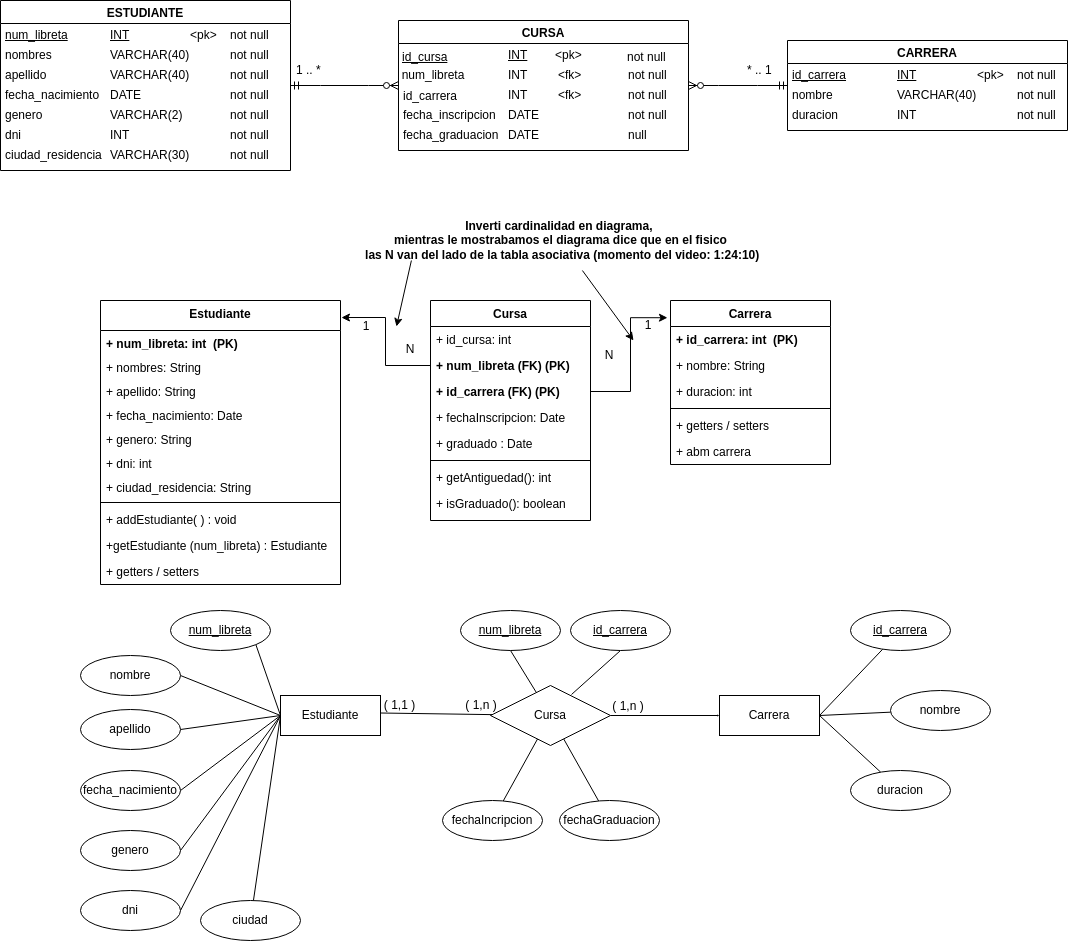
Earlier version of the draw.io export TP2/doc/tpe2.png (franbayugar/integradorArquitecturas). Source tidied: cells renumbered, new cells last; positions are measured from the earlier drawing's top-left corner, leaving out a move shared by most shapes.
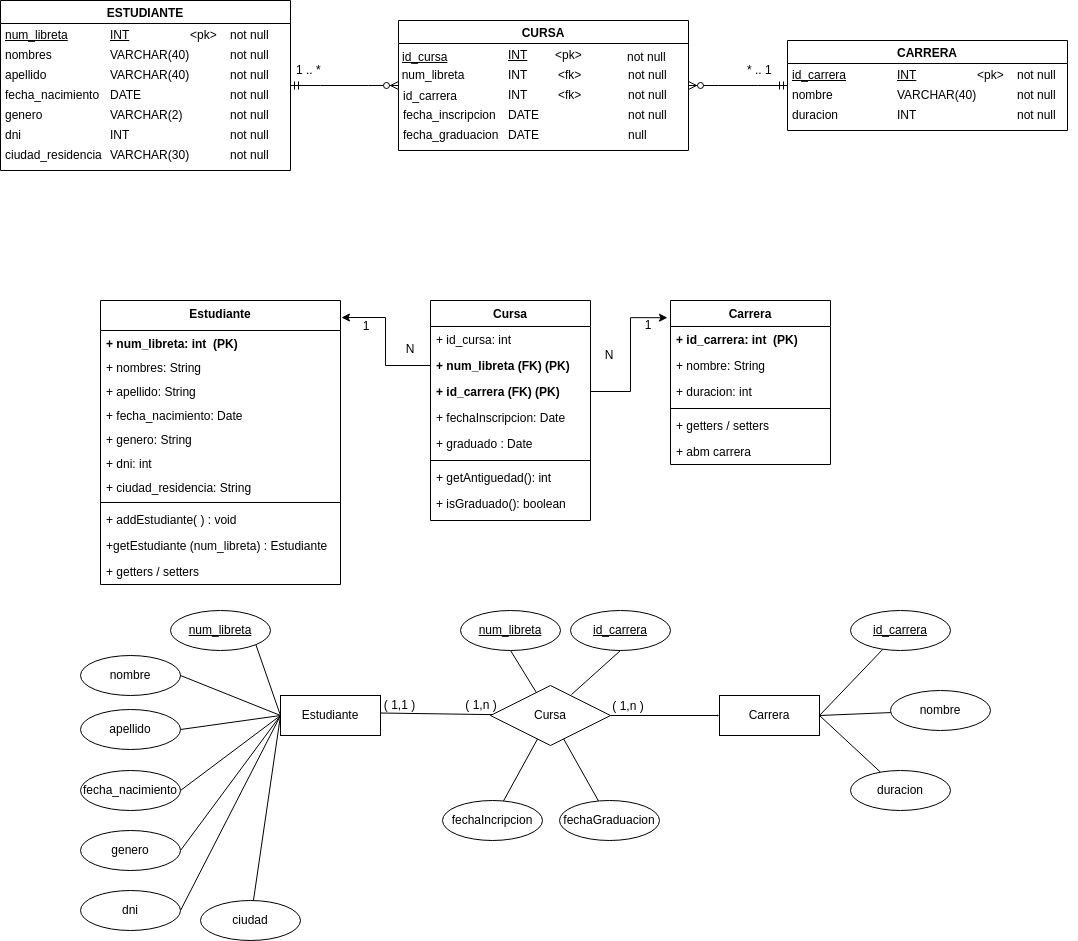
After the commit.

Commit message:
se edita diagrama

The edit, as a diff of the source:
```diff
@@ -383,16 +383,5 @@
     <mxCell id="128" value="&lt;span style=&quot;&quot;&gt;not null&lt;/span&gt;" style="text;html=1;align=left;verticalAlign=middle;strokeColor=none;fillColor=none;spacing=0;fontStyle=0;" parent="1" vertex="1">
       <mxGeometry x="627" y="47" width="60" height="20" as="geometry" />
     </mxCell>
-    <mxCell id="129" value="&lt;b&gt;Inverti cardinalidad en diagrama, &lt;br&gt;mientras le mostrabamos el diagrama dice que en el fisico&lt;br&gt;&amp;nbsp;las N van del lado de la tabla asociativa (momento del video: 1:24:10)&lt;/b&gt;" style="text;html=1;align=center;verticalAlign=middle;points=[];strokeColor=none;fillColor=none;" parent="1" vertex="1">
-      <mxGeometry x="350" y="210" width="420" height="60" as="geometry" />
-    </mxCell>
-    <mxCell id="130" style="endArrow=classic;html=1;rounded=0;entryX=0.25;entryY=1;entryDx=0;entryDy=0;" parent="1" edge="1" source="129" target="35">
-      <mxGeometry relative="1" as="geometry" />
-    </mxCell>
-    <mxCell id="131" style="endArrow=classic;html=1;rounded=0;entryX=1;entryY=0.5;entryDx=0;entryDy=0;" parent="1" edge="1" target="33">
-      <mxGeometry relative="1" as="geometry">
-        <mxPoint x="410.9" y="260" as="sourcePoint" />
-      </mxGeometry>
-    </mxCell>
   </root>
 </mxGraphModel>
```
